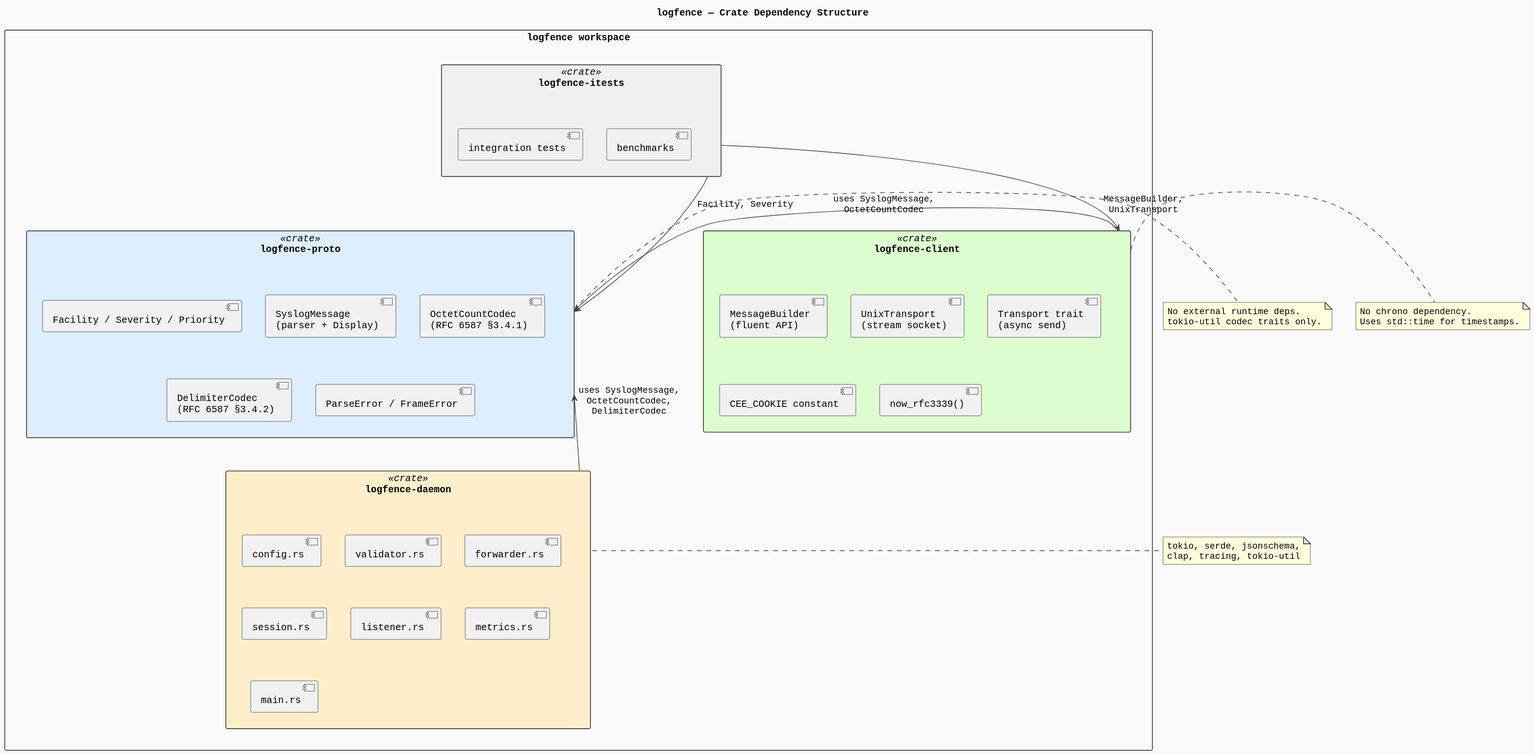
Earlier version of the PlantUML export docs/diagrams/crate-dependencies.svg (hildstrom/logfence). Its diagram source:
```plantuml
@startuml
title logfence — Crate Dependency Structure

skinparam defaultFontName Monospaced
skinparam packageStyle rectangle
skinparam ArrowColor #444444
skinparam BackgroundColor #FAFAFA

package "logfence workspace" {

  package "logfence-proto" <<crate>> #DDEEFF {
    [Facility / Severity / Priority]
    [SyslogMessage\n(parser + Display)]
    [OctetCountCodec\n(RFC 6587 §3.4.1)]
    [DelimiterCodec\n(RFC 6587 §3.4.2)]
    [ParseError / FrameError]
  }

  package "logfence-client" <<crate>> #DDFFD0 {
    [MessageBuilder\n(fluent API)]
    [UnixTransport\n(stream socket)]
    [Transport trait\n(async send)]
    [CEE_COOKIE constant]
    [now_rfc3339()]
  }

  package "logfence-daemon" <<crate>> #FFEECC {
    [config.rs]
    [validator.rs]
    [forwarder.rs]
    [session.rs]
    [listener.rs]
    [metrics.rs]
    [main.rs]
  }

  package "logfence-itests" <<crate>> #F0F0F0 {
    [integration tests]
    [benchmarks]
  }

}

[logfence-client] --> [logfence-proto] : uses SyslogMessage,\nOctetCountCodec
[logfence-daemon] --> [logfence-proto] : uses SyslogMessage,\nOctetCountCodec,\nDelimiterCodec
[logfence-itests] --> [logfence-client] : MessageBuilder,\nUnixTransport
[logfence-itests] --> [logfence-proto] : Facility, Severity

note right of [logfence-proto]
  No external runtime deps.
  tokio-util codec traits only.
end note

note right of [logfence-client]
  No chrono dependency.
  Uses std::time for timestamps.
end note

note right of [logfence-daemon]
  tokio, serde, jsonschema,
  clap, tracing, tokio-util
end note
@enduml
```
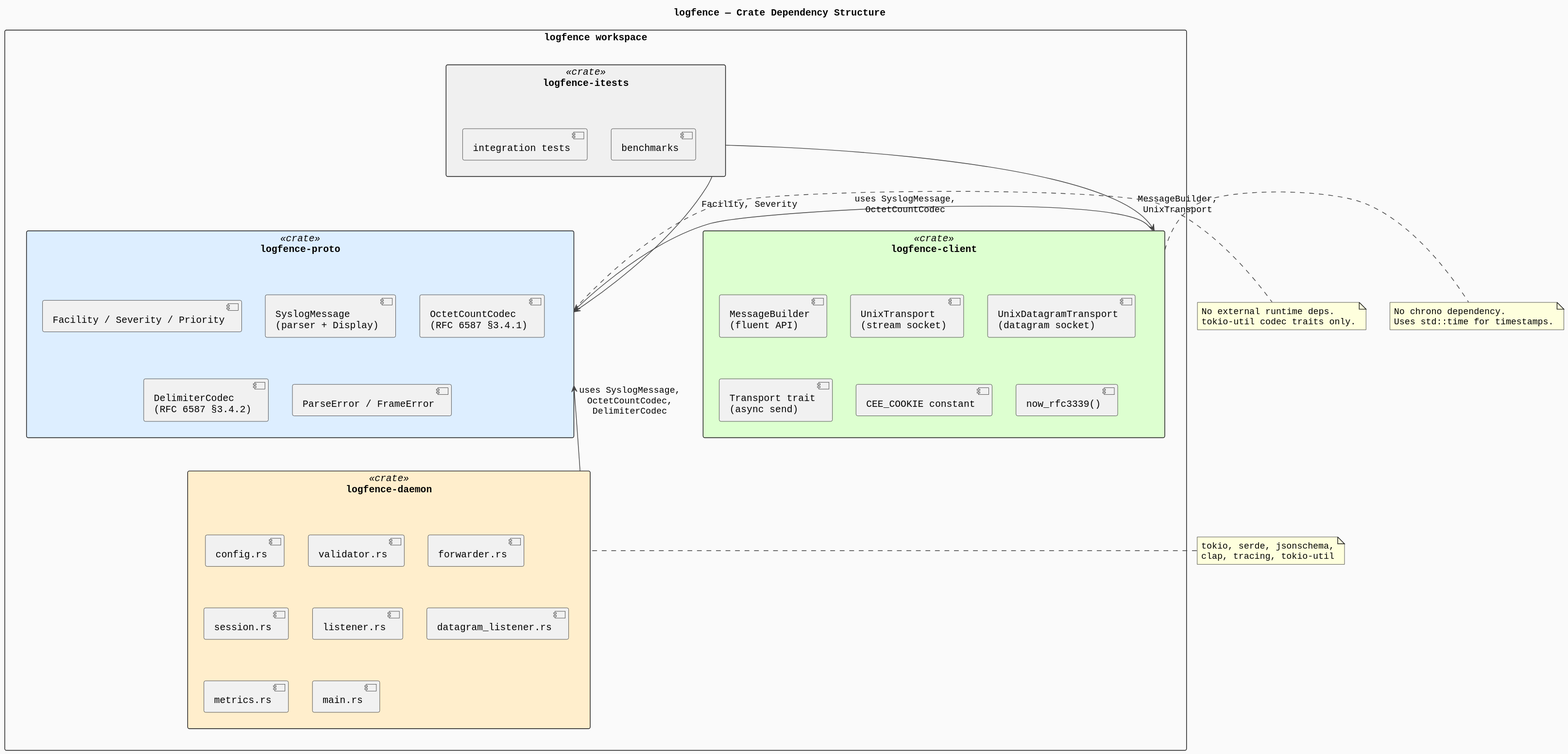
The same diagram one commit later.

What changed in the source:
```diff
@@ -19,6 +19,7 @@
   package "logfence-client" <<crate>> #DDFFD0 {
     [MessageBuilder\n(fluent API)]
     [UnixTransport\n(stream socket)]
+    [UnixDatagramTransport\n(datagram socket)]
     [Transport trait\n(async send)]
     [CEE_COOKIE constant]
     [now_rfc3339()]
@@ -30,6 +31,7 @@
     [forwarder.rs]
     [session.rs]
     [listener.rs]
+    [datagram_listener.rs]
     [metrics.rs]
     [main.rs]
   }
```
